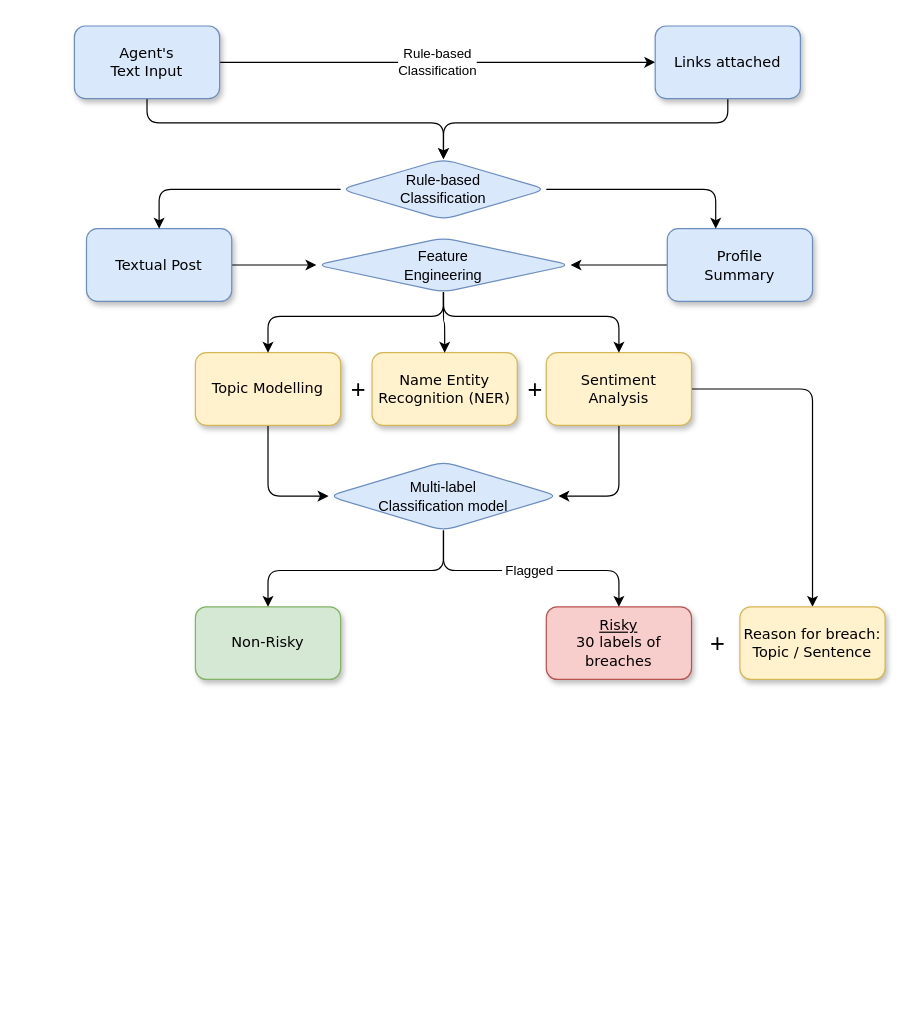
Lithene/capstone keeps this draw.io diagram as capstone.drawio. Above is the earlier version. Source tidied: cells renumbered, new cells numbered last; positions are measured from the earlier drawing's top-left corner, leaving out a move shared by most shapes. Both pictures are drawn from the tidied source at 121%, with x=0, y=0 at pixel (74, 25).
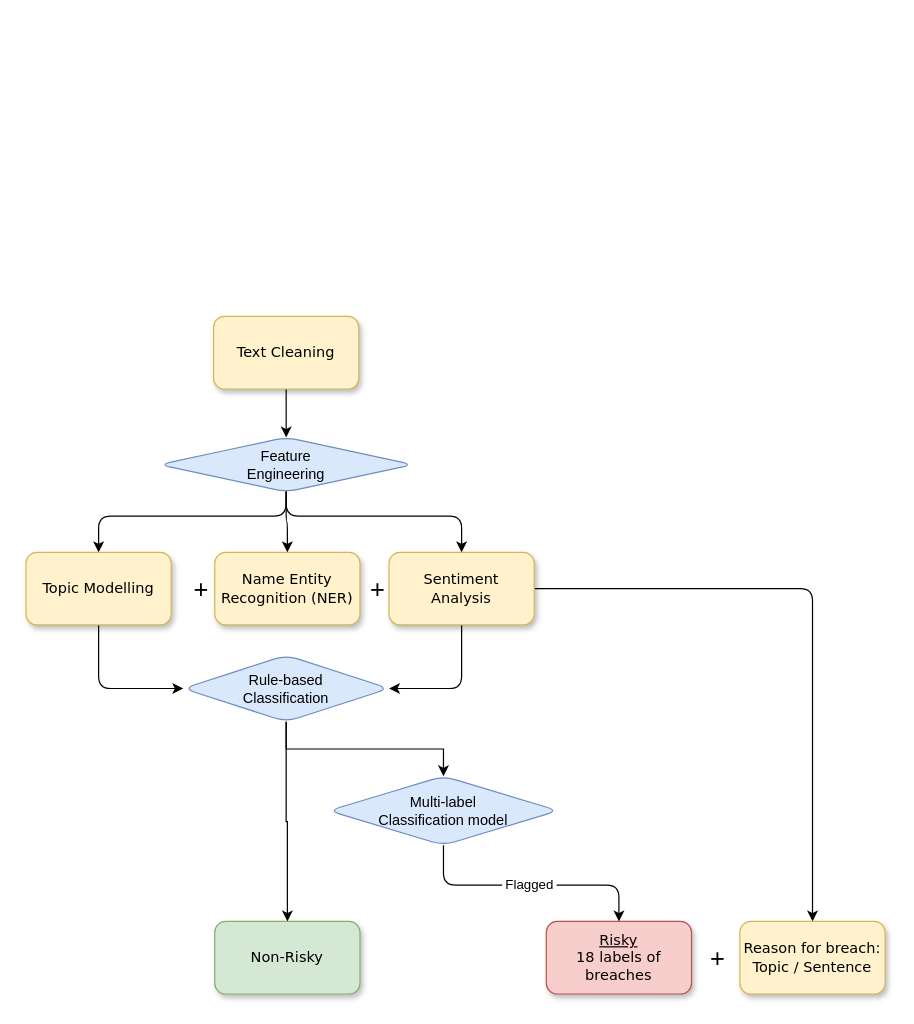
The same diagram, later.

What changed in the source:
```diff
@@
-    <mxCell id="2" value="Rule-based &lt;br&gt;Classification" style="edgeStyle=orthogonalEdgeStyle;jettySize=auto;html=1;entryX=0;entryY=0.5;entryDx=0;entryDy=0;" parent="1" edge="1" source="4" target="8">
-      <mxGeometry relative="1" as="geometry" />
-    </mxCell>
-    <mxCell id="3" style="edgeStyle=orthogonalEdgeStyle;jettySize=auto;html=1;entryX=0.5;entryY=0;entryDx=0;entryDy=0;exitX=0.5;exitY=1;exitDx=0;exitDy=0;" parent="1" edge="1" source="4" target="15">
-      <mxGeometry relative="1" as="geometry">
-        <Array as="points">
-          <mxPoint x="60" y="80" />
-          <mxPoint x="305" y="80" />
-        </Array>
-      </mxGeometry>
-    </mxCell>
-    <mxCell id="4" value="Agent's &lt;br&gt;Text Input" style="whiteSpace=wrap;html=1;rounded=1;shadow=1;labelBackgroundColor=none;strokeWidth=1;fontFamily=Verdana;fontSize=12;align=center;fillColor=#dae8fc;strokeColor=#6c8ebf;" parent="1" vertex="1">
-      <mxGeometry width="120" height="60" as="geometry" />
-    </mxCell>
-    <mxCell id="5" style="edgeStyle=orthogonalEdgeStyle;rounded=1;jettySize=auto;html=1;entryX=0;entryY=0.5;entryDx=0;entryDy=0;" parent="1" edge="1" source="6" target="25">
-      <mxGeometry relative="1" as="geometry" />
-    </mxCell>
-    <mxCell id="6" value="&lt;span&gt;Textual Post&lt;/span&gt;" style="whiteSpace=wrap;html=1;rounded=1;shadow=1;labelBackgroundColor=none;strokeWidth=1;fontFamily=Verdana;fontSize=12;align=center;fillColor=#dae8fc;strokeColor=#6c8ebf;" parent="1" vertex="1">
-      <mxGeometry x="10" y="167.5" width="120" height="60" as="geometry" />
-    </mxCell>
-    <mxCell id="7" style="edgeStyle=orthogonalEdgeStyle;jettySize=auto;html=1;entryX=0.5;entryY=0;entryDx=0;entryDy=0;exitX=0.5;exitY=1;exitDx=0;exitDy=0;" parent="1" edge="1" source="8" target="15">
-      <mxGeometry relative="1" as="geometry">
-        <Array as="points">
-          <mxPoint x="540" y="80" />
-          <mxPoint x="305" y="80" />
-        </Array>
-      </mxGeometry>
-    </mxCell>
-    <mxCell id="8" value="Links attached" style="whiteSpace=wrap;html=1;rounded=1;shadow=1;labelBackgroundColor=none;strokeWidth=1;fontFamily=Verdana;fontSize=12;align=center;fillColor=#dae8fc;strokeColor=#6c8ebf;" parent="1" vertex="1">
-      <mxGeometry x="480" width="120" height="60" as="geometry" />
-    </mxCell>
     <mxCell id="9" value="&lt;span&gt;Non-Risky&lt;/span&gt;" style="whiteSpace=wrap;html=1;rounded=1;shadow=1;labelBackgroundColor=none;strokeWidth=1;fontFamily=Verdana;fontSize=12;align=center;fillColor=#d5e8d4;strokeColor=#82b366;" parent="1" vertex="1">
-      <mxGeometry x="100" y="480" width="120" height="60" as="geometry" />
+      <mxGeometry x="116" y="740" width="120" height="60" as="geometry" />
     </mxCell>
-    <mxCell id="10" value="&lt;span&gt;&lt;u&gt;Risky&lt;/u&gt;&lt;br&gt;30 labels of breaches&lt;/span&gt;" style="whiteSpace=wrap;html=1;rounded=1;shadow=1;labelBackgroundColor=none;strokeWidth=1;fontFamily=Verdana;fontSize=12;align=center;fillColor=#f8cecc;strokeColor=#b85450;" parent="1" vertex="1">
-      <mxGeometry x="390" y="480" width="120" height="60" as="geometry" />
+    <mxCell id="10" value="&lt;span&gt;&lt;u&gt;Risky&lt;/u&gt;&lt;br&gt;18 labels of breaches&lt;/span&gt;" style="whiteSpace=wrap;html=1;rounded=1;shadow=1;labelBackgroundColor=none;strokeWidth=1;fontFamily=Verdana;fontSize=12;align=center;fillColor=#f8cecc;strokeColor=#b85450;" parent="1" vertex="1">
+      <mxGeometry x="390" y="740" width="120" height="60" as="geometry" />
     </mxCell>
-    <mxCell id="11" style="edgeStyle=orthogonalEdgeStyle;rounded=1;jettySize=auto;html=1;entryX=1;entryY=0.5;entryDx=0;entryDy=0;" parent="1" edge="1" source="12" target="25">
-      <mxGeometry relative="1" as="geometry" />
-    </mxCell>
-    <mxCell id="12" value="Profile &lt;br&gt;Summary" style="whiteSpace=wrap;html=1;rounded=1;shadow=1;labelBackgroundColor=none;strokeWidth=1;fontFamily=Verdana;fontSize=12;align=center;fillColor=#dae8fc;strokeColor=#6c8ebf;" parent="1" vertex="1">
-      <mxGeometry x="490" y="167.5" width="120" height="60" as="geometry" />
-    </mxCell>
-    <mxCell id="13" style="edgeStyle=orthogonalEdgeStyle;rounded=1;jettySize=auto;html=1;entryX=0.5;entryY=0;entryDx=0;entryDy=0;" parent="1" edge="1" source="15" target="6">
-      <mxGeometry relative="1" as="geometry" />
-    </mxCell>
-    <mxCell id="14" style="edgeStyle=orthogonalEdgeStyle;rounded=1;jettySize=auto;html=1;" parent="1" edge="1" source="15" target="12">
-      <mxGeometry relative="1" as="geometry">
-        <Array as="points">
-          <mxPoint x="530" y="135" />
-        </Array>
-      </mxGeometry>
-    </mxCell>
-    <mxCell id="15" value="Rule-based&lt;br&gt;Classification" style="rhombus;whiteSpace=wrap;html=1;rounded=1;fillColor=#dae8fc;strokeColor=#6c8ebf;" parent="1" vertex="1">
-      <mxGeometry x="220" y="110" width="170" height="50" as="geometry" />
-    </mxCell>
-    <mxCell id="16" style="edgeStyle=orthogonalEdgeStyle;rounded=1;jettySize=auto;html=1;entryX=0;entryY=0.5;entryDx=0;entryDy=0;" parent="1" edge="1" source="17" target="28">
+    <mxCell id="16" style="edgeStyle=orthogonalEdgeStyle;rounded=1;jettySize=auto;html=1;entryX=0;entryY=0.5;entryDx=0;entryDy=0;exitX=0.5;exitY=1;exitDx=0;exitDy=0;" parent="1" edge="1" source="17" target="15">
       <mxGeometry relative="1" as="geometry">
         <Array as="points">
-          <mxPoint x="160" y="389" />
+          <mxPoint x="20" y="548" />
         </Array>
       </mxGeometry>
     </mxCell>
     <mxCell id="17" value="&lt;span&gt;Topic Modelling&lt;/span&gt;" style="whiteSpace=wrap;html=1;rounded=1;shadow=1;labelBackgroundColor=none;strokeWidth=1;fontFamily=Verdana;fontSize=12;align=center;fillColor=#fff2cc;strokeColor=#d6b656;" parent="1" vertex="1">
-      <mxGeometry x="100" y="270" width="120" height="60" as="geometry" />
+      <mxGeometry x="-40" y="435" width="120" height="60" as="geometry" />
     </mxCell>
     <mxCell id="18" value="&lt;span&gt;Name Entity Recognition (NER)&lt;/span&gt;" style="whiteSpace=wrap;html=1;rounded=1;shadow=1;labelBackgroundColor=none;strokeWidth=1;fontFamily=Verdana;fontSize=12;align=center;fillColor=#fff2cc;strokeColor=#d6b656;" parent="1" vertex="1">
-      <mxGeometry x="246" y="270" width="120" height="60" as="geometry" />
+      <mxGeometry x="116" y="435" width="120" height="60" as="geometry" />
     </mxCell>
-    <mxCell id="19" style="edgeStyle=orthogonalEdgeStyle;rounded=1;jettySize=auto;html=1;entryX=1;entryY=0.5;entryDx=0;entryDy=0;" parent="1" edge="1" source="21" target="28">
+    <mxCell id="19" style="edgeStyle=orthogonalEdgeStyle;rounded=1;jettySize=auto;html=1;entryX=1;entryY=0.5;entryDx=0;entryDy=0;" parent="1" edge="1" source="21" target="15">
       <mxGeometry relative="1" as="geometry">
         <Array as="points">
-          <mxPoint x="450" y="389" />
+          <mxPoint x="320" y="548" />
         </Array>
       </mxGeometry>
     </mxCell>
@@
     <mxCell id="21" value="&lt;span&gt;Sentiment&lt;br&gt;Analysis&lt;/span&gt;" style="whiteSpace=wrap;html=1;rounded=1;shadow=1;labelBackgroundColor=none;strokeWidth=1;fontFamily=Verdana;fontSize=12;align=center;fillColor=#fff2cc;strokeColor=#d6b656;" parent="1" vertex="1">
-      <mxGeometry x="390" y="270" width="120" height="60" as="geometry" />
+      <mxGeometry x="260" y="435" width="120" height="60" as="geometry" />
     </mxCell>
     <mxCell id="22" style="edgeStyle=orthogonalEdgeStyle;rounded=1;jettySize=auto;html=1;entryX=0.5;entryY=0;entryDx=0;entryDy=0;" parent="1" edge="1" source="25" target="17">
       <mxGeometry relative="1" as="geometry">
         <Array as="points">
-          <mxPoint x="305" y="240" />
-          <mxPoint x="160" y="240" />
+          <mxPoint x="175" y="405" />
+          <mxPoint x="20" y="405" />
         </Array>
       </mxGeometry>
     </mxCell>
@@
-    <mxCell id="24" style="edgeStyle=orthogonalEdgeStyle;rounded=1;jettySize=auto;html=1;entryX=0.5;entryY=0;entryDx=0;entryDy=0;" parent="1" edge="1" source="25" target="21">
+    <mxCell id="24" style="edgeStyle=orthogonalEdgeStyle;rounded=1;jettySize=auto;html=1;entryX=0.5;entryY=0;entryDx=0;entryDy=0;exitX=0.34;exitY=0.637;exitDx=0;exitDy=0;exitPerimeter=0;" parent="1" edge="1" source="25" target="21">
       <mxGeometry relative="1" as="geometry">
         <Array as="points">
-          <mxPoint x="305" y="240" />
-          <mxPoint x="450" y="240" />
+          <mxPoint x="175" y="369" />
+          <mxPoint x="175" y="405" />
+          <mxPoint x="320" y="405" />
         </Array>
       </mxGeometry>
     </mxCell>
     <mxCell id="25" value="Feature &lt;br&gt;Engineering" style="rhombus;whiteSpace=wrap;html=1;rounded=1;fillColor=#dae8fc;strokeColor=#6c8ebf;" parent="1" vertex="1">
-      <mxGeometry x="200" y="175" width="210" height="45" as="geometry" />
+      <mxGeometry x="70" y="340" width="210" height="45" as="geometry" />
     </mxCell>
-    <mxCell id="26" style="edgeStyle=orthogonalEdgeStyle;rounded=1;jettySize=auto;html=1;" parent="1" edge="1" source="28" target="9">
-      <mxGeometry relative="1" as="geometry">
-        <Array as="points">
-          <mxPoint x="305" y="450" />
-          <mxPoint x="160" y="450" />
-        </Array>
-      </mxGeometry>
-    </mxCell>
     <mxCell id="27" value="&amp;nbsp;Flagged&amp;nbsp;" style="edgeStyle=orthogonalEdgeStyle;rounded=1;jettySize=auto;html=1;" parent="1" edge="1" source="28" target="10">
       <mxGeometry relative="1" as="geometry">
         <Array as="points">
-          <mxPoint x="305" y="450" />
-          <mxPoint x="450" y="450" />
+          <mxPoint x="305" y="710" />
+          <mxPoint x="450" y="710" />
         </Array>
       </mxGeometry>
     </mxCell>
     <mxCell id="28" value="Multi-label&lt;br&gt;Classification model" style="rhombus;whiteSpace=wrap;html=1;rounded=1;fillColor=#dae8fc;strokeColor=#6c8ebf;" parent="1" vertex="1">
-      <mxGeometry x="210" y="360" width="190" height="57" as="geometry" />
+      <mxGeometry x="210" y="620" width="190" height="57" as="geometry" />
     </mxCell>
     <mxCell id="29" value="Reason for breach:&lt;br&gt;Topic / Sentence" style="whiteSpace=wrap;html=1;rounded=1;shadow=1;labelBackgroundColor=none;strokeWidth=1;fontFamily=Verdana;fontSize=12;align=center;fillColor=#fff2cc;strokeColor=#d6b656;" parent="1" vertex="1">
-      <mxGeometry x="550" y="480" width="120" height="60" as="geometry" />
+      <mxGeometry x="550" y="740" width="120" height="60" as="geometry" />
     </mxCell>
     <mxCell id="30" value="&lt;font style=&quot;font-size: 21px;&quot;&gt;+&lt;/font&gt;" style="text;html=1;strokeColor=none;fillColor=none;align=center;verticalAlign=middle;whiteSpace=wrap;rounded=1;" parent="1" vertex="1">
-      <mxGeometry x="220" y="285" width="30" height="30" as="geometry" />
+      <mxGeometry x="90" y="450" width="30" height="30" as="geometry" />
     </mxCell>
     <mxCell id="31" value="&lt;font style=&quot;font-size: 21px;&quot;&gt;+&lt;/font&gt;" style="text;html=1;strokeColor=none;fillColor=none;align=center;verticalAlign=middle;whiteSpace=wrap;rounded=1;" parent="1" vertex="1">
-      <mxGeometry x="366" y="285" width="30" height="30" as="geometry" />
+      <mxGeometry x="236" y="450" width="30" height="30" as="geometry" />
     </mxCell>
     <mxCell id="32" value="&lt;font style=&quot;font-size: 21px;&quot;&gt;+&lt;/font&gt;" style="text;html=1;strokeColor=none;fillColor=none;align=center;verticalAlign=middle;whiteSpace=wrap;rounded=1;" parent="1" vertex="1">
-      <mxGeometry x="517" y="495" width="30" height="30" as="geometry" />
+      <mxGeometry x="517" y="755" width="30" height="30" as="geometry" />
     </mxCell>
+    <mxCell id="33" style="edgeStyle=orthogonalEdgeStyle;rounded=0;hachureGap=4;jettySize=auto;html=1;exitX=0.5;exitY=1;exitDx=0;exitDy=0;entryX=0.5;entryY=0;entryDx=0;entryDy=0;fontFamily=Architects Daughter;fontSize=16;shadow=0;" parent="1" edge="1" source="15" target="28">
+      <mxGeometry relative="1" as="geometry" />
+    </mxCell>
+    <mxCell id="34" style="edgeStyle=orthogonalEdgeStyle;rounded=0;hachureGap=4;jettySize=auto;html=1;exitX=0.5;exitY=1;exitDx=0;exitDy=0;entryX=0.5;entryY=0;entryDx=0;entryDy=0;fontFamily=Architects Daughter;fontSize=16;" parent="1" edge="1" source="15" target="9">
+      <mxGeometry relative="1" as="geometry" />
+    </mxCell>
+    <mxCell id="15" value="Rule-based&lt;br&gt;Classification" style="rhombus;whiteSpace=wrap;html=1;rounded=1;fillColor=#dae8fc;strokeColor=#6c8ebf;" parent="1" vertex="1">
+      <mxGeometry x="90" y="520" width="170" height="55" as="geometry" />
+    </mxCell>
+    <mxCell id="35" style="edgeStyle=orthogonalEdgeStyle;rounded=0;hachureGap=4;jettySize=auto;html=1;exitX=0.5;exitY=1;exitDx=0;exitDy=0;entryX=0.5;entryY=0;entryDx=0;entryDy=0;fontFamily=Architects Daughter;fontSize=16;" parent="1" edge="1" source="36" target="25">
+      <mxGeometry relative="1" as="geometry" />
+    </mxCell>
+    <mxCell id="36" value="Text Cleaning" style="whiteSpace=wrap;html=1;rounded=1;shadow=1;labelBackgroundColor=none;strokeWidth=1;fontFamily=Verdana;fontSize=12;align=center;fillColor=#fff2cc;strokeColor=#d6b656;" parent="1" vertex="1">
+      <mxGeometry x="115" y="240" width="120" height="60" as="geometry" />
+    </mxCell>
```
